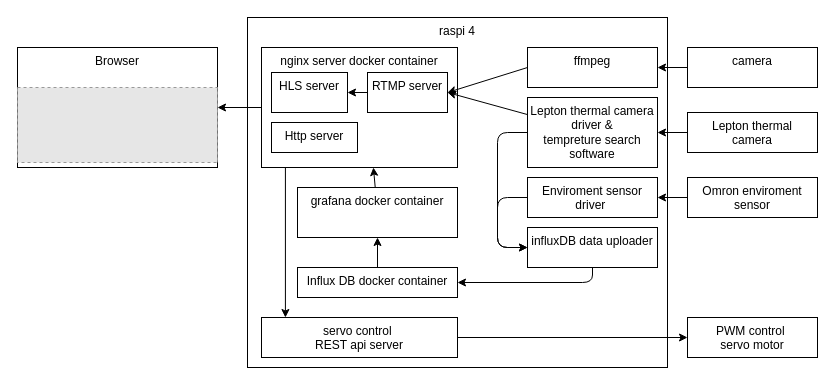
The draw.io diagram image/arch.drawio in imoted/baby_sense_monitor, before the edit. Source tidied: cells renumbered, new cells numbered last; positions are measured from the earlier drawing's top-left corner, leaving out a move shared by most shapes. Both pictures are drawn from the tidied source at 100%, with x=0, y=0 at pixel (17, 17). Pictures stored in the file or linked from it are replaced by grey dashed boxes.
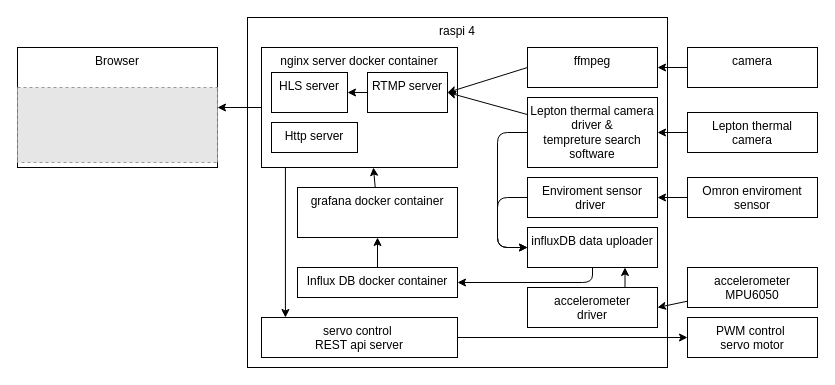
Above is the later version.

Unchanged cells that the change refers to:
```xml
<mxCell id="21" value="influxDB data uploader" style="whiteSpace=wrap;html=1;verticalAlign=top;" parent="1" vertex="1">
  <mxGeometry x="510" y="210" width="130" height="40" as="geometry" />
</mxCell>
```

Change to the diagram source:
```diff
@@
+    <mxCell id="34" style="edgeStyle=none;html=1;entryX=1;entryY=0.5;entryDx=0;entryDy=0;" parent="1" edge="1" source="35" target="37">
+      <mxGeometry relative="1" as="geometry" />
+    </mxCell>
+    <mxCell id="35" value="accelerometer&lt;br&gt;MPU6050" style="whiteSpace=wrap;html=1;verticalAlign=top;" parent="1" vertex="1">
+      <mxGeometry x="670" y="250" width="130" height="40" as="geometry" />
+    </mxCell>
+    <mxCell id="36" style="edgeStyle=none;html=1;exitX=0.75;exitY=0;exitDx=0;exitDy=0;entryX=0.75;entryY=1;entryDx=0;entryDy=0;" parent="1" edge="1" source="37" target="21">
+      <mxGeometry relative="1" as="geometry" />
+    </mxCell>
+    <mxCell id="37" value="accelerometer&lt;br&gt;driver" style="whiteSpace=wrap;html=1;verticalAlign=top;" parent="1" vertex="1">
+      <mxGeometry x="510" y="270" width="130" height="40" as="geometry" />
+    </mxCell>
```
